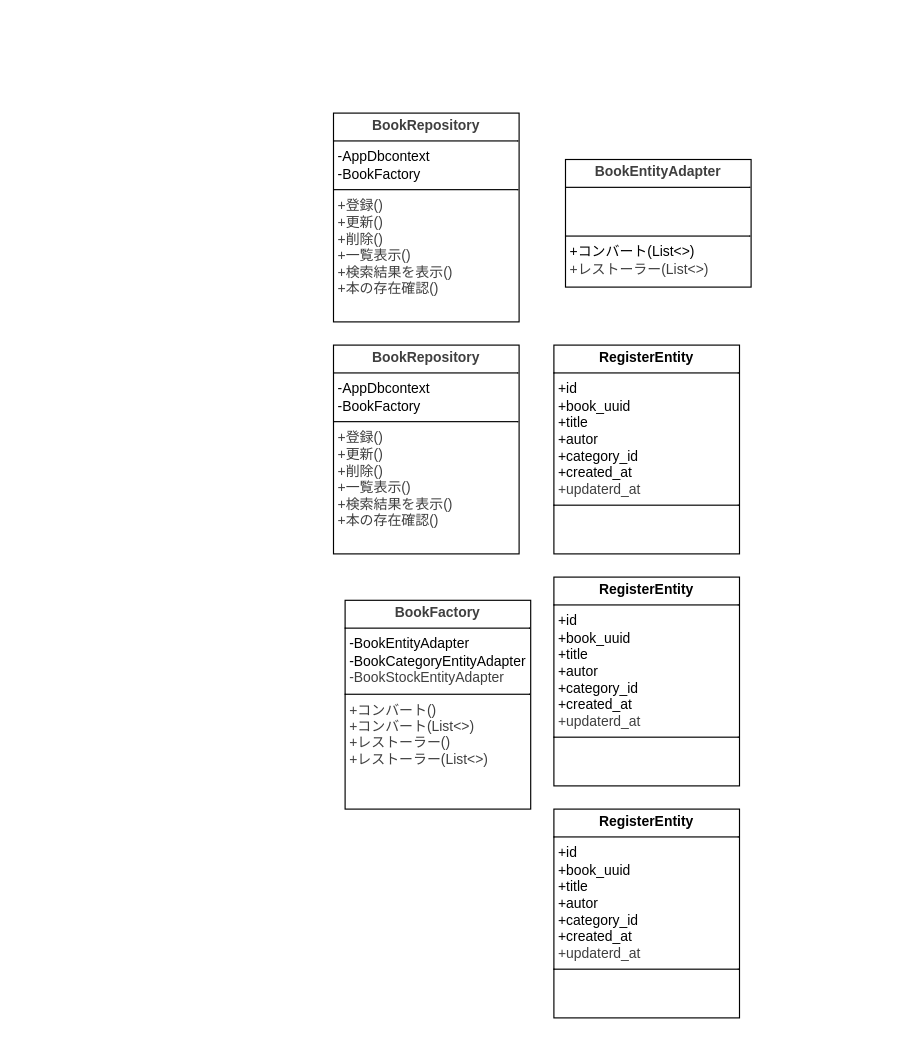
This is page "Infrastructure" (5 of 5) of ClassDiagram/LibrartAPI_ClassDiagram.dio from yo-watanabe47/LIBRARYAPI, a draw.io file, before an edit. Source tidied: cells renumbered, new cells numbered last; positions are measured from the earlier drawing's top-left corner, leaving out a move shared by most shapes. Both pictures are drawn from the tidied source at 116%, with x=0, y=0 at pixel (333, 113).
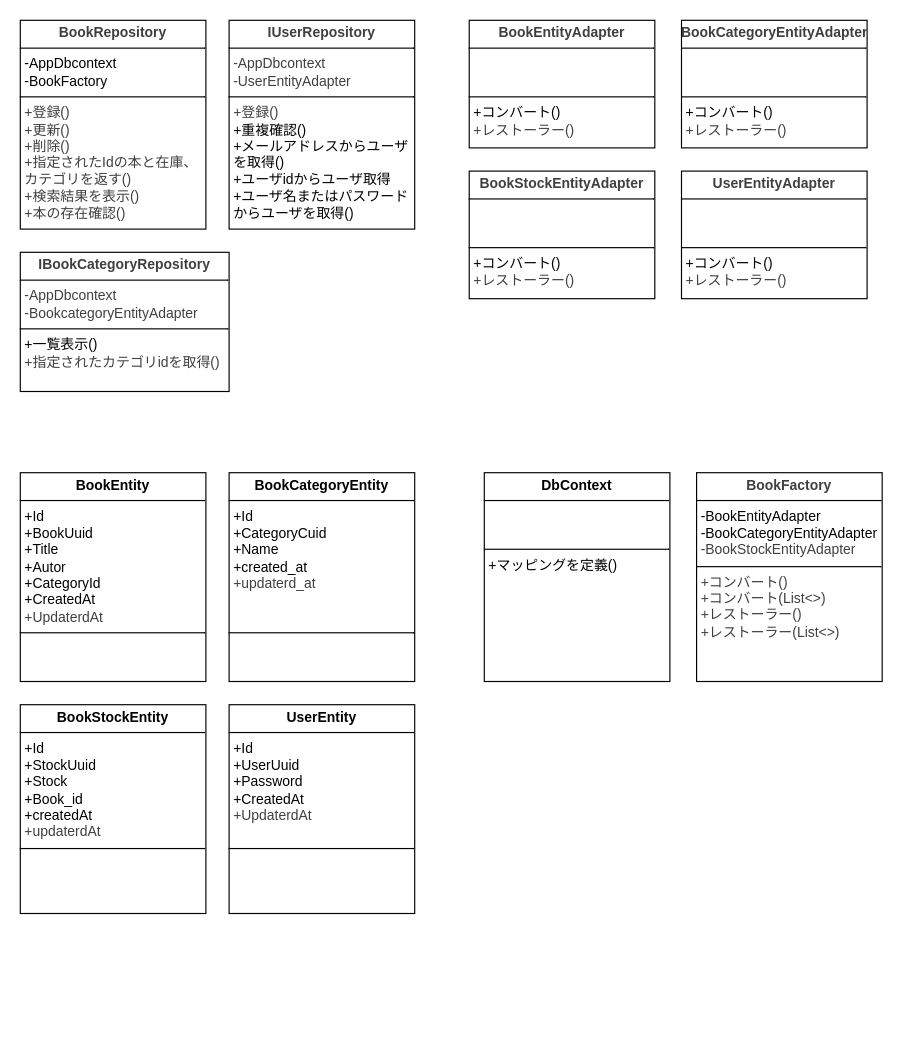
The same page after the edit.

What changed in the source:
```diff
@@
 <mxGraphModel>
   <root>
     <mxCell id="0" />
     <mxCell id="1" parent="0" />
-    <mxCell id="2" value="&lt;p style=&quot;margin:0px;margin-top:4px;text-align:center;&quot;&gt;&lt;b&gt;RegisterEntity&lt;/b&gt;&lt;/p&gt;&lt;hr size=&quot;1&quot; style=&quot;border-style:solid;&quot;&gt;&lt;p style=&quot;margin:0px;margin-left:4px;&quot;&gt;+id&lt;/p&gt;&lt;p style=&quot;margin:0px;margin-left:4px;&quot;&gt;+book_uuid&lt;/p&gt;&lt;p style=&quot;margin:0px;margin-left:4px;&quot;&gt;+title&lt;/p&gt;&lt;p style=&quot;margin:0px;margin-left:4px;&quot;&gt;+autor&lt;/p&gt;&lt;p style=&quot;margin:0px;margin-left:4px;&quot;&gt;+category_id&lt;/p&gt;&lt;p style=&quot;margin:0px;margin-left:4px;&quot;&gt;+created_at&lt;/p&gt;&lt;p style=&quot;margin:0px;margin-left:4px;&quot;&gt;&lt;span style=&quot;color: rgb(63, 63, 63);&quot;&gt;+updaterd_at&lt;/span&gt;&lt;/p&gt;&lt;hr size=&quot;1&quot; style=&quot;border-style:solid;&quot;&gt;&lt;p style=&quot;margin:0px;margin-left:4px;&quot;&gt;&lt;br&gt;&lt;/p&gt;" style="verticalAlign=top;align=left;overflow=fill;html=1;whiteSpace=wrap;" parent="1" vertex="1">
-      <mxGeometry x="190" y="200" width="160" height="180" as="geometry" />
+    <mxCell id="2" value="&lt;p style=&quot;margin:0px;margin-top:4px;text-align:center;&quot;&gt;&lt;b&gt;BookEntity&lt;/b&gt;&lt;/p&gt;&lt;hr size=&quot;1&quot; style=&quot;border-style:solid;&quot;&gt;&lt;p style=&quot;margin:0px;margin-left:4px;&quot;&gt;+Id&lt;/p&gt;&lt;p style=&quot;margin:0px;margin-left:4px;&quot;&gt;+BookUuid&lt;/p&gt;&lt;p style=&quot;margin:0px;margin-left:4px;&quot;&gt;+Title&lt;/p&gt;&lt;p style=&quot;margin:0px;margin-left:4px;&quot;&gt;+Autor&lt;/p&gt;&lt;p style=&quot;margin:0px;margin-left:4px;&quot;&gt;+CategoryId&lt;/p&gt;&lt;p style=&quot;margin:0px;margin-left:4px;&quot;&gt;+CreatedAt&lt;/p&gt;&lt;p style=&quot;margin:0px;margin-left:4px;&quot;&gt;&lt;span style=&quot;color: rgb(63, 63, 63);&quot;&gt;+UpdaterdAt&lt;/span&gt;&lt;/p&gt;&lt;hr size=&quot;1&quot; style=&quot;border-style:solid;&quot;&gt;&lt;p style=&quot;margin:0px;margin-left:4px;&quot;&gt;&lt;br&gt;&lt;/p&gt;" style="verticalAlign=top;align=left;overflow=fill;html=1;whiteSpace=wrap;" parent="1" vertex="1">
+      <mxGeometry x="-270" y="310" width="160" height="180" as="geometry" />
     </mxCell>
-    <mxCell id="3" value="&lt;p style=&quot;margin:0px;margin-top:4px;text-align:center;&quot;&gt;&lt;b style=&quot;color: rgb(63, 63, 63); background-color: transparent;&quot;&gt;BookRepository&lt;/b&gt;&lt;/p&gt;&lt;hr size=&quot;1&quot; style=&quot;border-style:solid;&quot;&gt;&lt;p style=&quot;margin:0px;margin-left:4px;&quot;&gt;-AppDbcontext&lt;/p&gt;&lt;p style=&quot;margin:0px;margin-left:4px;&quot;&gt;-BookFactory&lt;/p&gt;&lt;hr size=&quot;1&quot; style=&quot;border-style:solid;&quot;&gt;&lt;p style=&quot;margin:0px;margin-left:4px;&quot;&gt;&lt;span style=&quot;color: rgb(63, 63, 63); background-color: transparent;&quot;&gt;+登録()&lt;/span&gt;&lt;/p&gt;&lt;p style=&quot;margin:0px;margin-left:4px;&quot;&gt;&lt;span style=&quot;color: rgb(63, 63, 63); background-color: transparent;&quot;&gt;+更新()&lt;/span&gt;&lt;/p&gt;&lt;p style=&quot;margin:0px;margin-left:4px;&quot;&gt;&lt;span style=&quot;color: rgb(63, 63, 63); background-color: transparent;&quot;&gt;+削除()&lt;br&gt;+一覧表示()&lt;br&gt;+検索結果を表示()&lt;/span&gt;&lt;/p&gt;&lt;p style=&quot;margin:0px;margin-left:4px;&quot;&gt;&lt;span style=&quot;color: rgb(63, 63, 63); background-color: transparent;&quot;&gt;+本の存在確認()&lt;/span&gt;&lt;/p&gt;" style="verticalAlign=top;align=left;overflow=fill;html=1;whiteSpace=wrap;" parent="1" vertex="1">
-      <mxGeometry y="200" width="160" height="180" as="geometry" />
-    </mxCell>
     <mxCell id="4" value="&lt;p style=&quot;margin:0px;margin-top:4px;text-align:center;&quot;&gt;&lt;b style=&quot;color: rgb(63, 63, 63); background-color: transparent;&quot;&gt;BookFactory&lt;/b&gt;&lt;/p&gt;&lt;hr size=&quot;1&quot; style=&quot;border-style:solid;&quot;&gt;&lt;p style=&quot;margin:0px;margin-left:4px;&quot;&gt;-BookEntityAdapter&lt;/p&gt;&lt;p style=&quot;margin:0px;margin-left:4px;&quot;&gt;-BookCategoryEntityAdapter&lt;/p&gt;&lt;p style=&quot;margin:0px;margin-left:4px;&quot;&gt;&lt;span style=&quot;color: rgb(63, 63, 63);&quot;&gt;-BookStockEntityAdapter&lt;/span&gt;&lt;/p&gt;&lt;hr size=&quot;1&quot; style=&quot;border-style:solid;&quot;&gt;&lt;p style=&quot;margin:0px;margin-left:4px;&quot;&gt;&lt;span style=&quot;color: rgb(63, 63, 63); background-color: transparent;&quot;&gt;+コンバート()&lt;/span&gt;&lt;/p&gt;&lt;p style=&quot;margin:0px;margin-left:4px;&quot;&gt;&lt;span style=&quot;color: rgb(63, 63, 63); background-color: transparent;&quot;&gt;+コンバート(List&amp;lt;&amp;gt;)&lt;/span&gt;&lt;/p&gt;&lt;p style=&quot;margin:0px;margin-left:4px;&quot;&gt;&lt;span style=&quot;color: rgb(63, 63, 63); background-color: transparent;&quot;&gt;+レストーラー()&lt;/span&gt;&lt;/p&gt;&lt;p style=&quot;margin:0px;margin-left:4px;&quot;&gt;&lt;span style=&quot;color: rgb(63, 63, 63); background-color: transparent;&quot;&gt;+レストーラー(List&amp;lt;&amp;gt;)&lt;/span&gt;&lt;/p&gt;" style="verticalAlign=top;align=left;overflow=fill;html=1;whiteSpace=wrap;" parent="1" vertex="1">
-      <mxGeometry x="10" y="420" width="160" height="180" as="geometry" />
+      <mxGeometry x="313" y="310" width="160" height="180" as="geometry" />
     </mxCell>
-    <mxCell id="5" value="&lt;p style=&quot;margin:0px;margin-top:4px;text-align:center;&quot;&gt;&lt;b style=&quot;color: rgb(63, 63, 63); background-color: transparent;&quot;&gt;BookEntityAdapter&lt;/b&gt;&lt;/p&gt;&lt;hr size=&quot;1&quot; style=&quot;border-style:solid;&quot;&gt;&lt;p style=&quot;margin:0px;margin-left:4px;&quot;&gt;&lt;br&gt;&lt;/p&gt;&lt;p style=&quot;margin:0px;margin-left:4px;&quot;&gt;&lt;br&gt;&lt;/p&gt;&lt;hr size=&quot;1&quot; style=&quot;border-style:solid;&quot;&gt;&lt;p style=&quot;margin:0px;margin-left:4px;&quot;&gt;&lt;span style=&quot;background-color: transparent;&quot;&gt;+コンバート(List&amp;lt;&amp;gt;)&lt;/span&gt;&lt;/p&gt;&lt;p style=&quot;margin:0px;margin-left:4px;&quot;&gt;&lt;span style=&quot;color: rgb(63, 63, 63); background-color: transparent;&quot;&gt;+レストーラー(List&amp;lt;&amp;gt;)&lt;/span&gt;&lt;/p&gt;" style="verticalAlign=top;align=left;overflow=fill;html=1;whiteSpace=wrap;" parent="1" vertex="1">
-      <mxGeometry x="200" y="40" width="160" height="110" as="geometry" />
+    <mxCell id="5" value="&lt;p style=&quot;margin:0px;margin-top:4px;text-align:center;&quot;&gt;&lt;b style=&quot;color: rgb(63, 63, 63); background-color: transparent;&quot;&gt;BookEntityAdapter&lt;/b&gt;&lt;/p&gt;&lt;hr size=&quot;1&quot; style=&quot;border-style:solid;&quot;&gt;&lt;p style=&quot;margin:0px;margin-left:4px;&quot;&gt;&lt;br&gt;&lt;/p&gt;&lt;p style=&quot;margin:0px;margin-left:4px;&quot;&gt;&lt;br&gt;&lt;/p&gt;&lt;hr size=&quot;1&quot; style=&quot;border-style:solid;&quot;&gt;&lt;p style=&quot;margin:0px;margin-left:4px;&quot;&gt;&lt;span style=&quot;background-color: transparent;&quot;&gt;+コンバート()&lt;/span&gt;&lt;/p&gt;&lt;p style=&quot;margin:0px;margin-left:4px;&quot;&gt;&lt;span style=&quot;color: rgb(63, 63, 63); background-color: transparent;&quot;&gt;+レストーラー()&lt;/span&gt;&lt;/p&gt;" style="verticalAlign=top;align=left;overflow=fill;html=1;whiteSpace=wrap;" parent="1" vertex="1">
+      <mxGeometry x="117" y="-80" width="160" height="110" as="geometry" />
     </mxCell>
-    <mxCell id="6" value="&lt;p style=&quot;margin:0px;margin-top:4px;text-align:center;&quot;&gt;&lt;b&gt;RegisterEntity&lt;/b&gt;&lt;/p&gt;&lt;hr size=&quot;1&quot; style=&quot;border-style:solid;&quot;&gt;&lt;p style=&quot;margin:0px;margin-left:4px;&quot;&gt;+id&lt;/p&gt;&lt;p style=&quot;margin:0px;margin-left:4px;&quot;&gt;+book_uuid&lt;/p&gt;&lt;p style=&quot;margin:0px;margin-left:4px;&quot;&gt;+title&lt;/p&gt;&lt;p style=&quot;margin:0px;margin-left:4px;&quot;&gt;+autor&lt;/p&gt;&lt;p style=&quot;margin:0px;margin-left:4px;&quot;&gt;+category_id&lt;/p&gt;&lt;p style=&quot;margin:0px;margin-left:4px;&quot;&gt;+created_at&lt;/p&gt;&lt;p style=&quot;margin:0px;margin-left:4px;&quot;&gt;&lt;span style=&quot;color: rgb(63, 63, 63);&quot;&gt;+updaterd_at&lt;/span&gt;&lt;/p&gt;&lt;hr size=&quot;1&quot; style=&quot;border-style:solid;&quot;&gt;&lt;p style=&quot;margin:0px;margin-left:4px;&quot;&gt;&lt;br&gt;&lt;/p&gt;" style="verticalAlign=top;align=left;overflow=fill;html=1;whiteSpace=wrap;" parent="1" vertex="1">
-      <mxGeometry x="190" y="400" width="160" height="180" as="geometry" />
+    <mxCell id="6" value="&lt;p style=&quot;margin:0px;margin-top:4px;text-align:center;&quot;&gt;&lt;b&gt;BookCategoryEntity&lt;/b&gt;&lt;/p&gt;&lt;hr size=&quot;1&quot; style=&quot;border-style:solid;&quot;&gt;&lt;p style=&quot;margin:0px;margin-left:4px;&quot;&gt;+Id&lt;/p&gt;&lt;p style=&quot;margin:0px;margin-left:4px;&quot;&gt;+CategoryCuid&lt;/p&gt;&lt;p style=&quot;margin:0px;margin-left:4px;&quot;&gt;+Name&lt;/p&gt;&lt;p style=&quot;margin:0px;margin-left:4px;&quot;&gt;+created_at&lt;/p&gt;&lt;p style=&quot;margin:0px;margin-left:4px;&quot;&gt;&lt;span style=&quot;color: rgb(63, 63, 63);&quot;&gt;+updaterd_at&lt;/span&gt;&lt;/p&gt;&lt;p style=&quot;margin:0px;margin-left:4px;&quot;&gt;&lt;span style=&quot;color: rgb(63, 63, 63);&quot;&gt;&lt;br&gt;&lt;/span&gt;&lt;/p&gt;&lt;p style=&quot;margin:0px;margin-left:4px;&quot;&gt;&lt;span style=&quot;color: rgb(63, 63, 63);&quot;&gt;&lt;br&gt;&lt;/span&gt;&lt;/p&gt;&lt;hr size=&quot;1&quot; style=&quot;border-style:solid;&quot;&gt;&lt;p style=&quot;margin:0px;margin-left:4px;&quot;&gt;&lt;br&gt;&lt;/p&gt;" style="verticalAlign=top;align=left;overflow=fill;html=1;whiteSpace=wrap;" parent="1" vertex="1">
+      <mxGeometry x="-90" y="310" width="160" height="180" as="geometry" />
     </mxCell>
-    <mxCell id="7" value="&lt;p style=&quot;margin:0px;margin-top:4px;text-align:center;&quot;&gt;&lt;b&gt;RegisterEntity&lt;/b&gt;&lt;/p&gt;&lt;hr size=&quot;1&quot; style=&quot;border-style:solid;&quot;&gt;&lt;p style=&quot;margin:0px;margin-left:4px;&quot;&gt;+id&lt;/p&gt;&lt;p style=&quot;margin:0px;margin-left:4px;&quot;&gt;+book_uuid&lt;/p&gt;&lt;p style=&quot;margin:0px;margin-left:4px;&quot;&gt;+title&lt;/p&gt;&lt;p style=&quot;margin:0px;margin-left:4px;&quot;&gt;+autor&lt;/p&gt;&lt;p style=&quot;margin:0px;margin-left:4px;&quot;&gt;+category_id&lt;/p&gt;&lt;p style=&quot;margin:0px;margin-left:4px;&quot;&gt;+created_at&lt;/p&gt;&lt;p style=&quot;margin:0px;margin-left:4px;&quot;&gt;&lt;span style=&quot;color: rgb(63, 63, 63);&quot;&gt;+updaterd_at&lt;/span&gt;&lt;/p&gt;&lt;hr size=&quot;1&quot; style=&quot;border-style:solid;&quot;&gt;&lt;p style=&quot;margin:0px;margin-left:4px;&quot;&gt;&lt;br&gt;&lt;/p&gt;" style="verticalAlign=top;align=left;overflow=fill;html=1;whiteSpace=wrap;" parent="1" vertex="1">
-      <mxGeometry x="190" y="600" width="160" height="180" as="geometry" />
+    <mxCell id="7" value="&lt;p style=&quot;margin:0px;margin-top:4px;text-align:center;&quot;&gt;&lt;b&gt;DbContext&lt;/b&gt;&lt;/p&gt;&lt;hr size=&quot;1&quot; style=&quot;border-style:solid;&quot;&gt;&lt;p style=&quot;margin:0px;margin-left:4px;&quot;&gt;&lt;br&gt;&lt;/p&gt;&lt;p style=&quot;margin:0px;margin-left:4px;&quot;&gt;&lt;br&gt;&lt;/p&gt;&lt;hr size=&quot;1&quot; style=&quot;border-style:solid;&quot;&gt;&lt;p style=&quot;margin:0px;margin-left:4px;&quot;&gt;+マッピングを定義()&lt;/p&gt;" style="verticalAlign=top;align=left;overflow=fill;html=1;whiteSpace=wrap;" parent="1" vertex="1">
+      <mxGeometry x="130" y="310" width="160" height="180" as="geometry" />
     </mxCell>
-    <mxCell id="8" value="&lt;p style=&quot;margin:0px;margin-top:4px;text-align:center;&quot;&gt;&lt;b style=&quot;color: rgb(63, 63, 63); background-color: transparent;&quot;&gt;BookRepository&lt;/b&gt;&lt;/p&gt;&lt;hr size=&quot;1&quot; style=&quot;border-style:solid;&quot;&gt;&lt;p style=&quot;margin:0px;margin-left:4px;&quot;&gt;-AppDbcontext&lt;/p&gt;&lt;p style=&quot;margin:0px;margin-left:4px;&quot;&gt;-BookFactory&lt;/p&gt;&lt;hr size=&quot;1&quot; style=&quot;border-style:solid;&quot;&gt;&lt;p style=&quot;margin:0px;margin-left:4px;&quot;&gt;&lt;span style=&quot;color: rgb(63, 63, 63); background-color: transparent;&quot;&gt;+登録()&lt;/span&gt;&lt;/p&gt;&lt;p style=&quot;margin:0px;margin-left:4px;&quot;&gt;&lt;span style=&quot;color: rgb(63, 63, 63); background-color: transparent;&quot;&gt;+更新()&lt;/span&gt;&lt;/p&gt;&lt;p style=&quot;margin:0px;margin-left:4px;&quot;&gt;&lt;span style=&quot;color: rgb(63, 63, 63); background-color: transparent;&quot;&gt;+削除()&lt;br&gt;+一覧表示()&lt;br&gt;+検索結果を表示()&lt;/span&gt;&lt;/p&gt;&lt;p style=&quot;margin:0px;margin-left:4px;&quot;&gt;&lt;span style=&quot;color: rgb(63, 63, 63); background-color: transparent;&quot;&gt;+本の存在確認()&lt;/span&gt;&lt;/p&gt;" style="verticalAlign=top;align=left;overflow=fill;html=1;whiteSpace=wrap;" parent="1" vertex="1">
-      <mxGeometry width="160" height="180" as="geometry" />
+    <mxCell id="8" value="&lt;p style=&quot;margin:0px;margin-top:4px;text-align:center;&quot;&gt;&lt;b style=&quot;color: rgb(63, 63, 63); background-color: transparent;&quot;&gt;BookRepository&lt;/b&gt;&lt;/p&gt;&lt;hr size=&quot;1&quot; style=&quot;border-style:solid;&quot;&gt;&lt;p style=&quot;margin:0px;margin-left:4px;&quot;&gt;-AppDbcontext&lt;/p&gt;&lt;p style=&quot;margin:0px;margin-left:4px;&quot;&gt;-BookFactory&lt;/p&gt;&lt;hr size=&quot;1&quot; style=&quot;border-style:solid;&quot;&gt;&lt;p style=&quot;margin:0px;margin-left:4px;&quot;&gt;&lt;span style=&quot;color: rgb(63, 63, 63); background-color: transparent;&quot;&gt;+登録()&lt;/span&gt;&lt;/p&gt;&lt;p style=&quot;margin:0px;margin-left:4px;&quot;&gt;&lt;span style=&quot;color: rgb(63, 63, 63); background-color: transparent;&quot;&gt;+更新()&lt;/span&gt;&lt;/p&gt;&lt;p style=&quot;margin:0px;margin-left:4px;&quot;&gt;&lt;span style=&quot;color: rgb(63, 63, 63); background-color: transparent;&quot;&gt;+削除()&lt;br&gt;&lt;span style=&quot;color: rgb(63, 63, 63);&quot;&gt;+指定されたIdの本と在庫、カテゴリを返す()&lt;/span&gt;&lt;/span&gt;&lt;/p&gt;&lt;p style=&quot;margin:0px;margin-left:4px;&quot;&gt;&lt;span style=&quot;color: rgb(63, 63, 63); background-color: transparent;&quot;&gt;+検索結果を表示()&lt;/span&gt;&lt;/p&gt;&lt;p style=&quot;margin:0px;margin-left:4px;&quot;&gt;&lt;span style=&quot;color: rgb(63, 63, 63); background-color: transparent;&quot;&gt;+本の存在確認()&lt;/span&gt;&lt;/p&gt;" style="verticalAlign=top;align=left;overflow=fill;html=1;whiteSpace=wrap;" parent="1" vertex="1">
+      <mxGeometry x="-270" y="-80" width="160" height="180" as="geometry" />
     </mxCell>
+    <mxCell id="9" value="&lt;p style=&quot;margin:0px;margin-top:4px;text-align:center;&quot;&gt;&lt;b&gt;BookStockEntity&lt;/b&gt;&lt;/p&gt;&lt;hr size=&quot;1&quot; style=&quot;border-style:solid;&quot;&gt;&lt;p style=&quot;margin:0px;margin-left:4px;&quot;&gt;+Id&lt;/p&gt;&lt;p style=&quot;margin:0px;margin-left:4px;&quot;&gt;+StockUuid&lt;/p&gt;&lt;p style=&quot;margin:0px;margin-left:4px;&quot;&gt;+Stock&lt;/p&gt;&lt;p style=&quot;margin:0px;margin-left:4px;&quot;&gt;+Book_id&lt;/p&gt;&lt;p style=&quot;margin:0px;margin-left:4px;&quot;&gt;+createdAt&lt;/p&gt;&lt;p style=&quot;margin:0px;margin-left:4px;&quot;&gt;&lt;span style=&quot;color: rgb(63, 63, 63);&quot;&gt;+updaterdAt&lt;/span&gt;&lt;/p&gt;&lt;hr size=&quot;1&quot; style=&quot;border-style:solid;&quot;&gt;&lt;p style=&quot;margin:0px;margin-left:4px;&quot;&gt;&lt;br&gt;&lt;/p&gt;" style="verticalAlign=top;align=left;overflow=fill;html=1;whiteSpace=wrap;" parent="1" vertex="1">
+      <mxGeometry x="-270" y="510" width="160" height="180" as="geometry" />
+    </mxCell>
+    <mxCell id="10" value="&lt;p style=&quot;margin:0px;margin-top:4px;text-align:center;&quot;&gt;&lt;b&gt;UserEntity&lt;/b&gt;&lt;/p&gt;&lt;hr size=&quot;1&quot; style=&quot;border-style:solid;&quot;&gt;&lt;p style=&quot;margin:0px;margin-left:4px;&quot;&gt;+Id&lt;/p&gt;&lt;p style=&quot;margin:0px;margin-left:4px;&quot;&gt;+UserUuid&lt;/p&gt;&lt;p style=&quot;margin:0px;margin-left:4px;&quot;&gt;+Password&lt;/p&gt;&lt;p style=&quot;margin:0px;margin-left:4px;&quot;&gt;+CreatedAt&lt;/p&gt;&lt;p style=&quot;margin:0px;margin-left:4px;&quot;&gt;&lt;span style=&quot;color: rgb(63, 63, 63);&quot;&gt;+UpdaterdAt&lt;/span&gt;&lt;/p&gt;&lt;p style=&quot;margin:0px;margin-left:4px;&quot;&gt;&lt;span style=&quot;color: rgb(63, 63, 63);&quot;&gt;&lt;br&gt;&lt;/span&gt;&lt;/p&gt;&lt;hr size=&quot;1&quot; style=&quot;border-style:solid;&quot;&gt;&lt;p style=&quot;margin:0px;margin-left:4px;&quot;&gt;&lt;br&gt;&lt;/p&gt;" style="verticalAlign=top;align=left;overflow=fill;html=1;whiteSpace=wrap;" parent="1" vertex="1">
+      <mxGeometry x="-90" y="510" width="160" height="180" as="geometry" />
+    </mxCell>
+    <mxCell id="11" value="&lt;p style=&quot;margin:0px;margin-top:4px;text-align:center;&quot;&gt;&lt;b style=&quot;color: rgb(63, 63, 63); background-color: transparent;&quot;&gt;BookCategoryEntityAdapter&lt;/b&gt;&lt;/p&gt;&lt;hr size=&quot;1&quot; style=&quot;border-style:solid;&quot;&gt;&lt;p style=&quot;margin:0px;margin-left:4px;&quot;&gt;&lt;br&gt;&lt;/p&gt;&lt;p style=&quot;margin:0px;margin-left:4px;&quot;&gt;&lt;br&gt;&lt;/p&gt;&lt;hr size=&quot;1&quot; style=&quot;border-style:solid;&quot;&gt;&lt;p style=&quot;margin:0px;margin-left:4px;&quot;&gt;&lt;span style=&quot;background-color: transparent;&quot;&gt;+コンバート()&lt;/span&gt;&lt;/p&gt;&lt;p style=&quot;margin:0px;margin-left:4px;&quot;&gt;&lt;span style=&quot;color: rgb(63, 63, 63); background-color: transparent;&quot;&gt;+レストーラー()&lt;/span&gt;&lt;/p&gt;" style="verticalAlign=top;align=left;overflow=fill;html=1;whiteSpace=wrap;" parent="1" vertex="1">
+      <mxGeometry x="300" y="-80" width="160" height="110" as="geometry" />
+    </mxCell>
+    <mxCell id="12" value="&lt;p style=&quot;margin:0px;margin-top:4px;text-align:center;&quot;&gt;&lt;b style=&quot;color: rgb(63, 63, 63); background-color: transparent;&quot;&gt;BookStockEntityAdapter&lt;/b&gt;&lt;/p&gt;&lt;hr size=&quot;1&quot; style=&quot;border-style:solid;&quot;&gt;&lt;p style=&quot;margin:0px;margin-left:4px;&quot;&gt;&lt;br&gt;&lt;/p&gt;&lt;p style=&quot;margin:0px;margin-left:4px;&quot;&gt;&lt;br&gt;&lt;/p&gt;&lt;hr size=&quot;1&quot; style=&quot;border-style:solid;&quot;&gt;&lt;p style=&quot;margin:0px;margin-left:4px;&quot;&gt;&lt;span style=&quot;background-color: transparent;&quot;&gt;+コンバート()&lt;/span&gt;&lt;/p&gt;&lt;p style=&quot;margin:0px;margin-left:4px;&quot;&gt;&lt;span style=&quot;color: rgb(63, 63, 63); background-color: transparent;&quot;&gt;+レストーラー()&lt;/span&gt;&lt;/p&gt;" style="verticalAlign=top;align=left;overflow=fill;html=1;whiteSpace=wrap;" parent="1" vertex="1">
+      <mxGeometry x="117" y="50" width="160" height="110" as="geometry" />
+    </mxCell>
+    <mxCell id="13" value="&lt;p style=&quot;margin:0px;margin-top:4px;text-align:center;&quot;&gt;&lt;b style=&quot;color: rgb(63, 63, 63); background-color: transparent;&quot;&gt;UserEntityAdapter&lt;/b&gt;&lt;/p&gt;&lt;hr size=&quot;1&quot; style=&quot;border-style:solid;&quot;&gt;&lt;p style=&quot;margin:0px;margin-left:4px;&quot;&gt;&lt;br&gt;&lt;/p&gt;&lt;p style=&quot;margin:0px;margin-left:4px;&quot;&gt;&lt;br&gt;&lt;/p&gt;&lt;hr size=&quot;1&quot; style=&quot;border-style:solid;&quot;&gt;&lt;p style=&quot;margin:0px;margin-left:4px;&quot;&gt;&lt;span style=&quot;background-color: transparent;&quot;&gt;+コンバート()&lt;/span&gt;&lt;/p&gt;&lt;p style=&quot;margin:0px;margin-left:4px;&quot;&gt;&lt;span style=&quot;color: rgb(63, 63, 63); background-color: transparent;&quot;&gt;+レストーラー()&lt;/span&gt;&lt;/p&gt;" style="verticalAlign=top;align=left;overflow=fill;html=1;whiteSpace=wrap;" parent="1" vertex="1">
+      <mxGeometry x="300" y="50" width="160" height="110" as="geometry" />
+    </mxCell>
+    <mxCell id="14" value="&lt;p style=&quot;margin:0px;margin-top:4px;text-align:center;&quot;&gt;&lt;b style=&quot;color: rgb(63, 63, 63); background-color: transparent;&quot;&gt;IBookCategoryRepository&lt;/b&gt;&lt;/p&gt;&lt;hr size=&quot;1&quot; style=&quot;border-style:solid;&quot;&gt;&lt;p style=&quot;color: rgb(63, 63, 63); scrollbar-color: rgb(226, 226, 226) rgb(251, 251, 251); margin: 0px 0px 0px 4px;&quot;&gt;-AppDbcontext&lt;/p&gt;&lt;p style=&quot;color: rgb(63, 63, 63); scrollbar-color: rgb(226, 226, 226) rgb(251, 251, 251); margin: 0px 0px 0px 4px;&quot;&gt;-BookcategoryEntityAdapter&lt;/p&gt;&lt;hr size=&quot;1&quot; style=&quot;border-style:solid;&quot;&gt;&lt;p style=&quot;margin:0px;margin-left:4px;&quot;&gt;&lt;span style=&quot;background-color: transparent;&quot;&gt;+一覧表示()&lt;/span&gt;&lt;/p&gt;&lt;p style=&quot;margin:0px;margin-left:4px;&quot;&gt;&lt;span style=&quot;color: rgb(63, 63, 63); background-color: transparent;&quot;&gt;+指定されたカテゴリidを取得()&lt;/span&gt;&lt;/p&gt;" style="verticalAlign=top;align=left;overflow=fill;html=1;whiteSpace=wrap;" parent="1" vertex="1">
+      <mxGeometry x="-270" y="120" width="180" height="120" as="geometry" />
+    </mxCell>
+    <mxCell id="15" value="&lt;p style=&quot;margin:0px;margin-top:4px;text-align:center;&quot;&gt;&lt;b style=&quot;color: rgb(63, 63, 63); background-color: transparent;&quot;&gt;IUserRepository&lt;/b&gt;&lt;/p&gt;&lt;hr size=&quot;1&quot; style=&quot;border-style:solid;&quot;&gt;&lt;p style=&quot;color: rgb(63, 63, 63); scrollbar-color: rgb(226, 226, 226) rgb(251, 251, 251); margin: 0px 0px 0px 4px;&quot;&gt;-AppDbcontext&lt;/p&gt;&lt;p style=&quot;color: rgb(63, 63, 63); scrollbar-color: rgb(226, 226, 226) rgb(251, 251, 251); margin: 0px 0px 0px 4px;&quot;&gt;-UserEntityAdapter&lt;/p&gt;&lt;hr size=&quot;1&quot; style=&quot;border-style:solid;&quot;&gt;&lt;p style=&quot;margin:0px;margin-left:4px;&quot;&gt;&lt;span style=&quot;color: rgb(63, 63, 63); background-color: transparent;&quot;&gt;+登録()&lt;/span&gt;&lt;/p&gt;&lt;p style=&quot;margin:0px;margin-left:4px;&quot;&gt;+重複確認()&lt;/p&gt;&lt;p style=&quot;margin:0px;margin-left:4px;&quot;&gt;+メールアドレスからユーザを取得()&lt;/p&gt;&lt;p style=&quot;margin:0px;margin-left:4px;&quot;&gt;+ユーザidからユーザ取得&lt;/p&gt;&lt;p style=&quot;margin:0px;margin-left:4px;&quot;&gt;+ユーザ名またはパスワードからユーザを取得()&lt;/p&gt;&lt;p style=&quot;margin:0px;margin-left:4px;&quot;&gt;&lt;br&gt;&lt;/p&gt;" style="verticalAlign=top;align=left;overflow=fill;html=1;whiteSpace=wrap;" parent="1" vertex="1">
+      <mxGeometry x="-90" y="-80" width="160" height="180" as="geometry" />
+    </mxCell>
   </root>
 </mxGraphModel>
```
